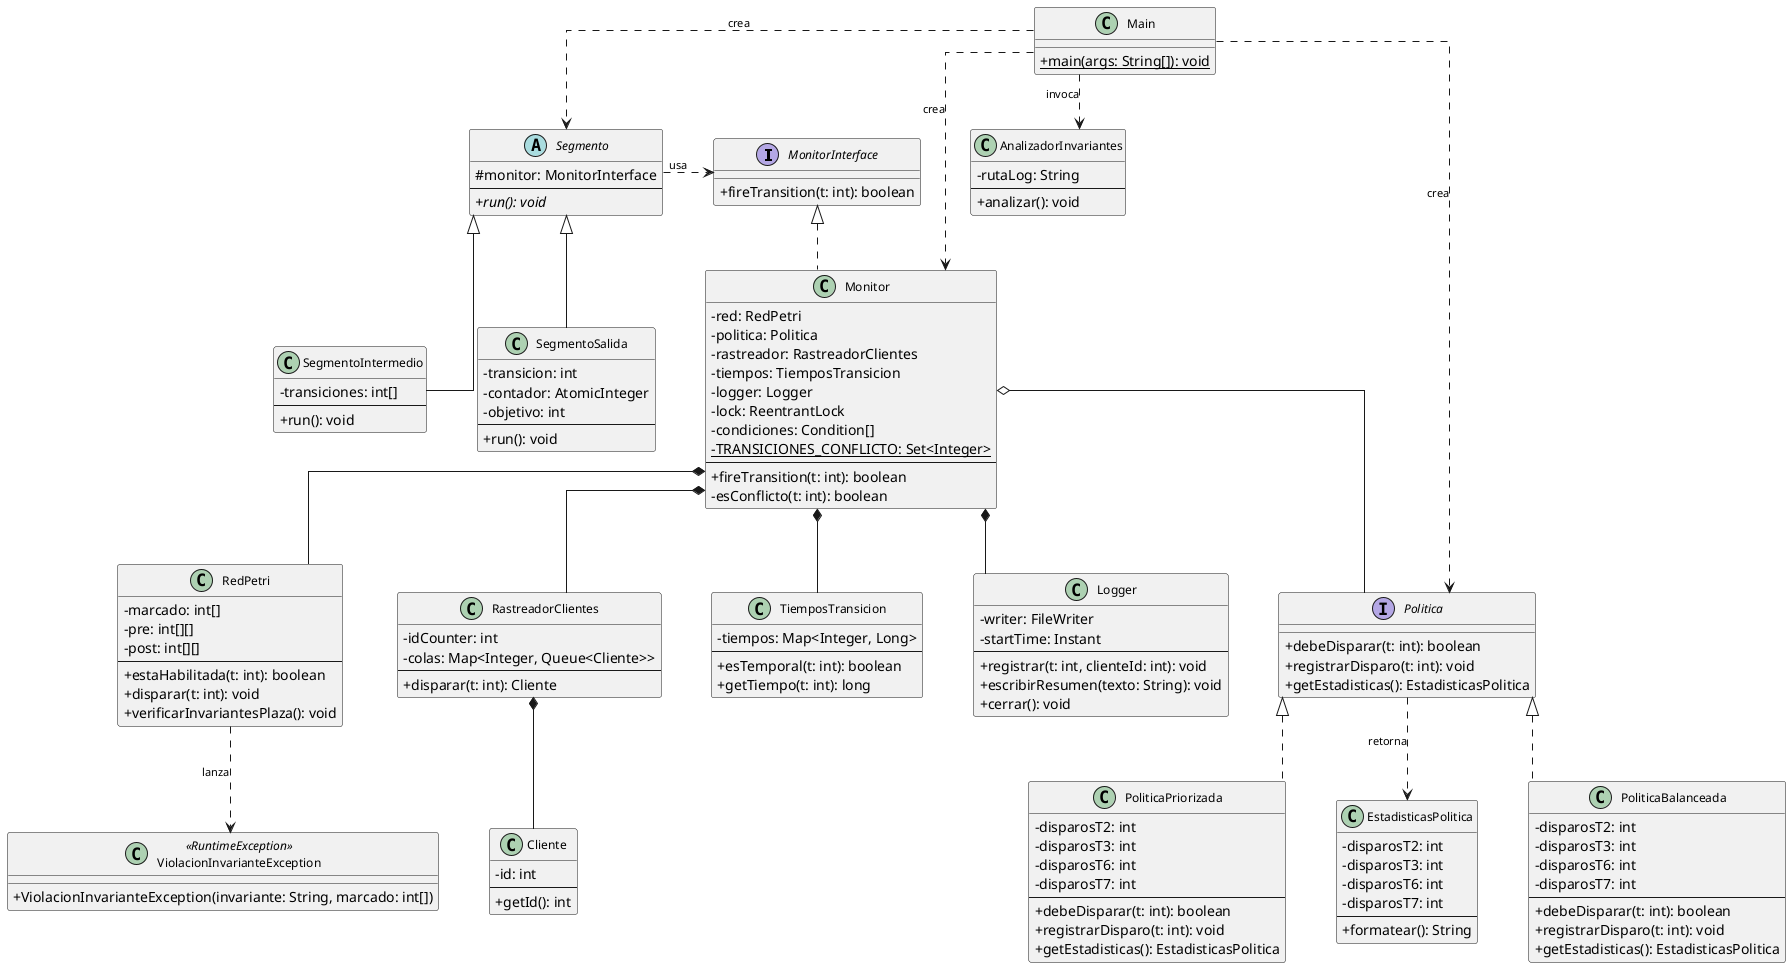
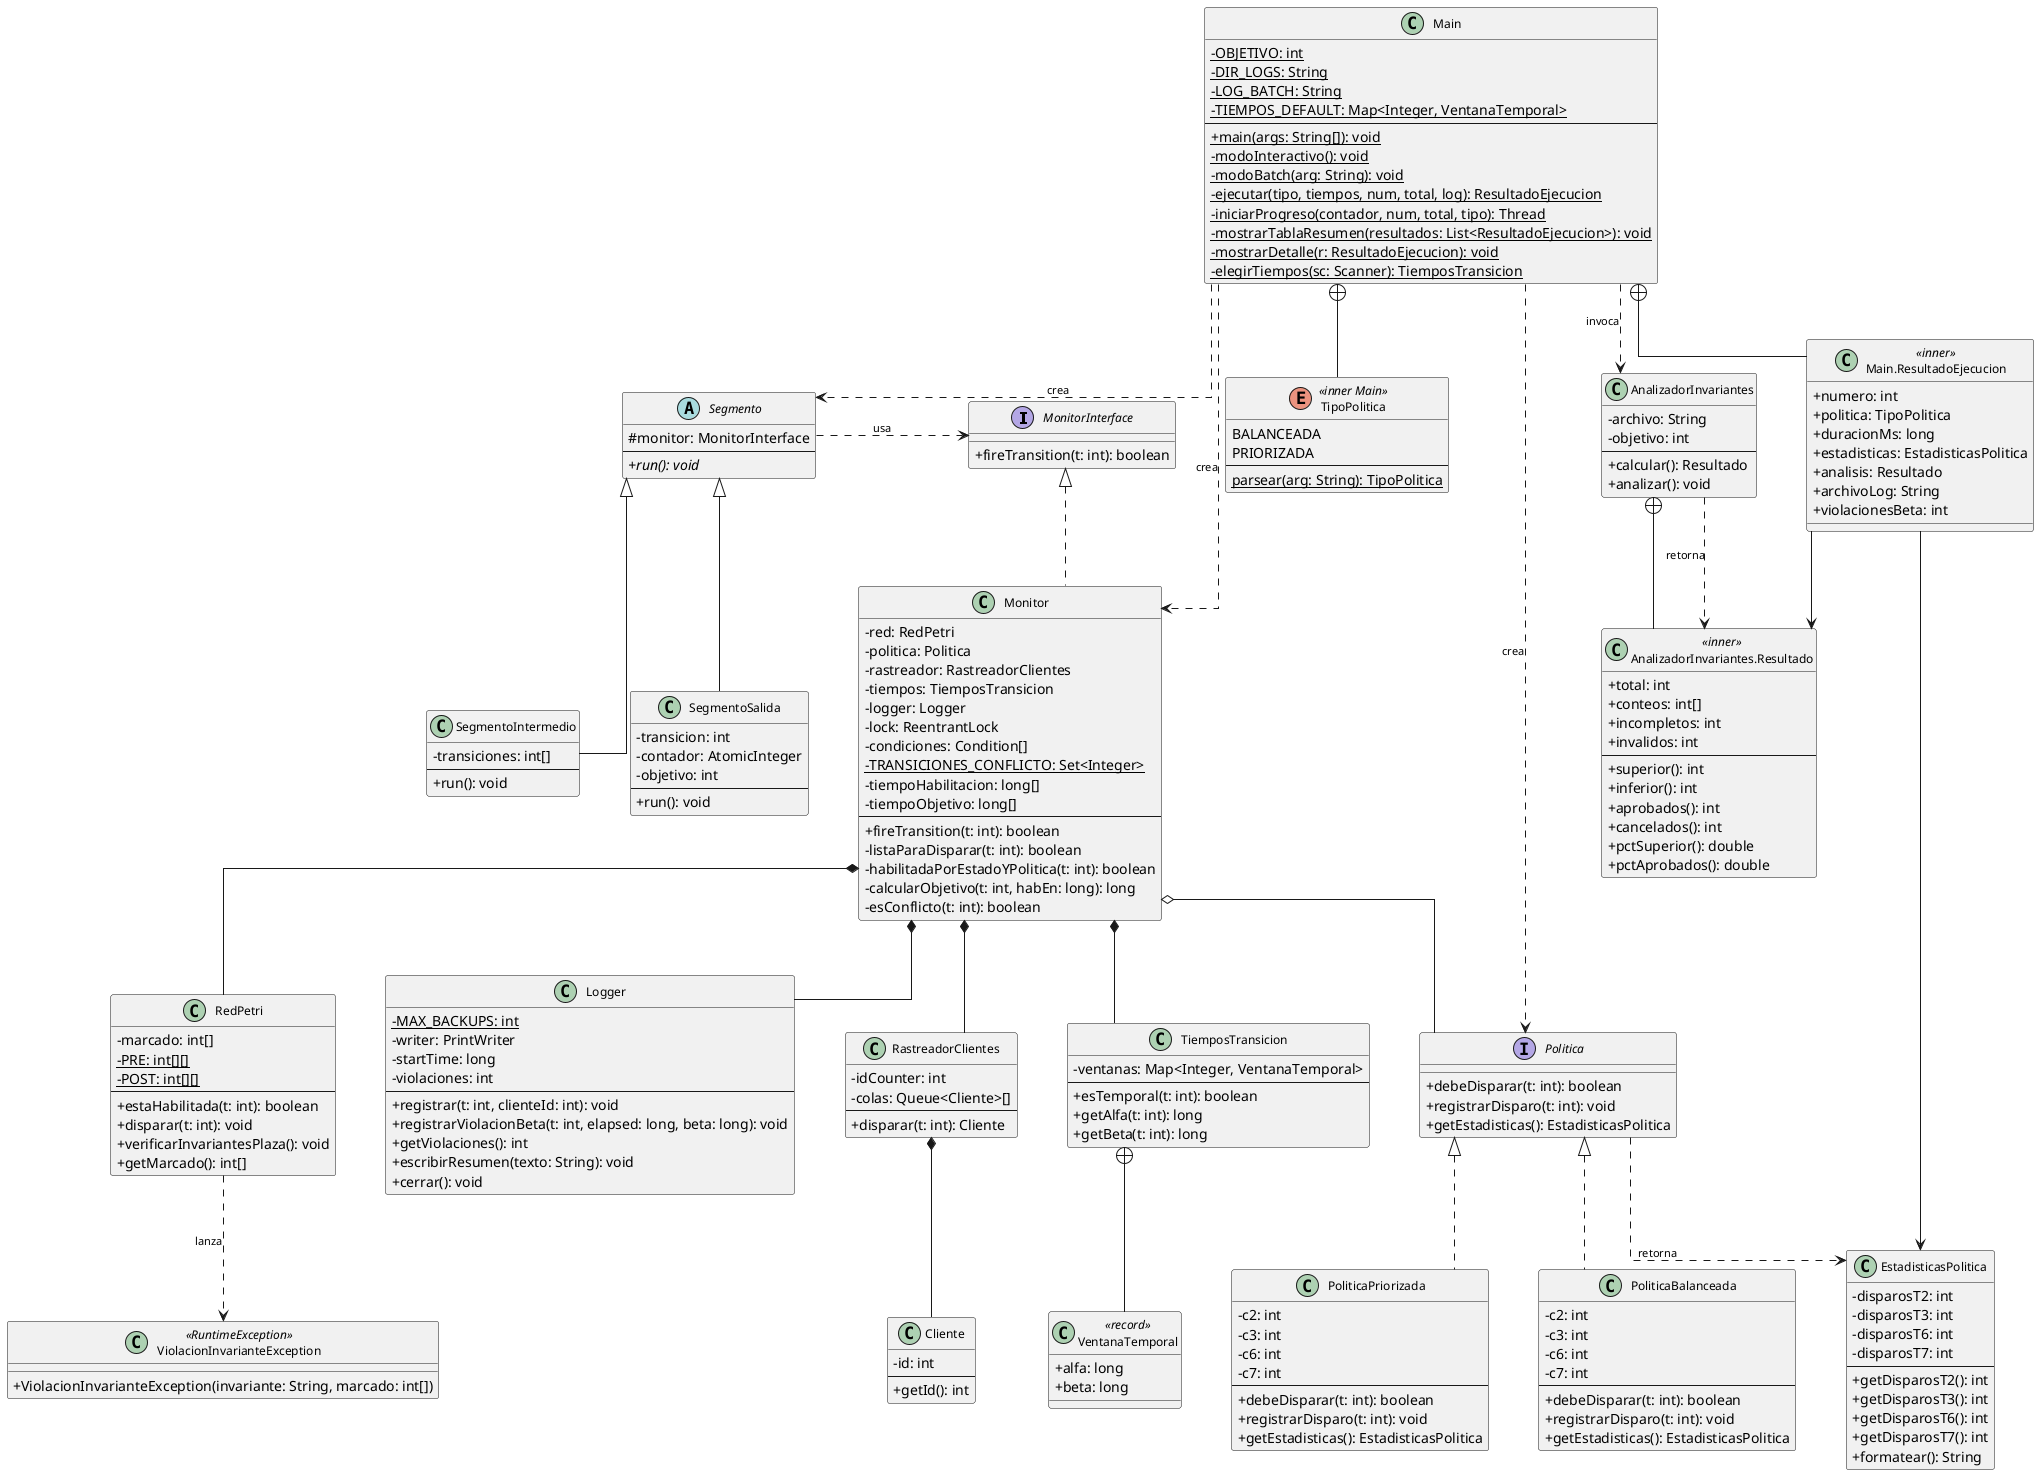
@startuml diagrama-clases

skinparam classAttributeIconSize 0
skinparam classFontSize 12
skinparam ArrowFontSize 11
skinparam linetype ortho
skinparam nodesep 50
skinparam ranksep 55

' ── Interfaces ──────────────────────────────────────────

interface MonitorInterface {
    +fireTransition(t: int): boolean
}

interface Politica {
    +debeDisparar(t: int): boolean
    +registrarDisparo(t: int): void
    +getEstadisticas(): EstadisticasPolitica
}

' ── Modelo de la red ────────────────────────────────────

class RedPetri {
    -marcado: int[]
-     -pre: int[][]
-     -post: int[][]
+     -{static} PRE: int[][]
+     -{static} POST: int[][]
    --
    +estaHabilitada(t: int): boolean
    +disparar(t: int): void
    +verificarInvariantesPlaza(): void
+     +getMarcado(): int[]
}

class ViolacionInvarianteException <<RuntimeException>> {
    +ViolacionInvarianteException(invariante: String, marcado: int[])
}

' ── Identidad de tokens ─────────────────────────────────

class Cliente {
    -id: int
    --
    +getId(): int
}

class RastreadorClientes {
    -idCounter: int
-     -colas: Map<Integer, Queue<Cliente>>
+     -colas: Queue<Cliente>[]
    --
    +disparar(t: int): Cliente
}

' ── Configuración temporal ──────────────────────────────

+ class VentanaTemporal <<record>> {
+     +alfa: long
+     +beta: long
+ }
+ 
class TiemposTransicion {
-     -tiempos: Map<Integer, Long>
+     -ventanas: Map<Integer, VentanaTemporal>
    --
    +esTemporal(t: int): boolean
-     +getTiempo(t: int): long
- }
+     +getAlfa(t: int): long
+     +getBeta(t: int): long
+ }
+ 
+ TiemposTransicion +-- VentanaTemporal

' ── Estadísticas de política ────────────────────────────

class EstadisticasPolitica {
    -disparosT2: int
    -disparosT3: int
    -disparosT6: int
    -disparosT7: int
    --
+     +getDisparosT2(): int
+     +getDisparosT3(): int
+     +getDisparosT6(): int
+     +getDisparosT7(): int
    +formatear(): String
}

' ── Monitor ─────────────────────────────────────────────

class Monitor {
    -red: RedPetri
    -politica: Politica
    -rastreador: RastreadorClientes
    -tiempos: TiemposTransicion
    -logger: Logger
    -lock: ReentrantLock
    -condiciones: Condition[]
    -{static} TRANSICIONES_CONFLICTO: Set<Integer>
+     -tiempoHabilitacion: long[]
+     -tiempoObjetivo: long[]
    --
    +fireTransition(t: int): boolean
+     -listaParaDisparar(t: int): boolean
+     -habilitadaPorEstadoYPolitica(t: int): boolean
+     -calcularObjetivo(t: int, habEn: long): long
    -esConflicto(t: int): boolean
}

' ── Políticas ───────────────────────────────────────────

class PoliticaBalanceada {
-     -disparosT2: int
-     -disparosT3: int
-     -disparosT6: int
-     -disparosT7: int
+     -c2: int
+     -c3: int
+     -c6: int
+     -c7: int
    --
    +debeDisparar(t: int): boolean
    +registrarDisparo(t: int): void
    +getEstadisticas(): EstadisticasPolitica
}

class PoliticaPriorizada {
-     -disparosT2: int
-     -disparosT3: int
-     -disparosT6: int
-     -disparosT7: int
+     -c2: int
+     -c3: int
+     -c6: int
+     -c7: int
    --
    +debeDisparar(t: int): boolean
    +registrarDisparo(t: int): void
    +getEstadisticas(): EstadisticasPolitica
}

' ── Hilos ───────────────────────────────────────────────

abstract class Segmento {
    #monitor: MonitorInterface
    --
    +{abstract} run(): void
}

class SegmentoIntermedio {
    -transiciones: int[]
    --
    +run(): void
}

class SegmentoSalida {
    -transicion: int
    -contador: AtomicInteger
    -objetivo: int
    --
    +run(): void
+     ' Instanciado con 1 hilo (H6). Alg. 4.3 prescribe 5 pero T11 es inmediata:
+     ' múltiples hilos se serializan igual que 1. Ver preguntas-respuestas.md §4.
}

' ── Observabilidad ──────────────────────────────────────

class Logger {
-     -writer: FileWriter
-     -startTime: Instant
+     -{static} MAX_BACKUPS: int
+     -writer: PrintWriter
+     -startTime: long
+     -violaciones: int
    --
    +registrar(t: int, clienteId: int): void
+     +registrarViolacionBeta(t: int, elapsed: long, beta: long): void
+     +getViolaciones(): int
    +escribirResumen(texto: String): void
    +cerrar(): void
}

class AnalizadorInvariantes {
-     -rutaLog: String
-     --
+     -archivo: String
+     -objetivo: int
+     --
+     +calcular(): Resultado
    +analizar(): void
}

+ class "AnalizadorInvariantes.Resultado" as Resultado <<inner>> {
+     +total: int
+     +conteos: int[]
+     +incompletos: int
+     +invalidos: int
+     --
+     +superior(): int
+     +inferior(): int
+     +aprobados(): int
+     +cancelados(): int
+     +pctSuperior(): double
+     +pctAprobados(): double
+ }
+ 
' ── Punto de entrada ────────────────────────────────────

+ enum TipoPolitica <<inner Main>> {
+     BALANCEADA
+     PRIORIZADA
+     --
+     {static} parsear(arg: String): TipoPolitica
+ }
+ 
+ class "Main.ResultadoEjecucion" as ResultadoEjecucion <<inner>> {
+     +numero: int
+     +politica: TipoPolitica
+     +duracionMs: long
+     +estadisticas: EstadisticasPolitica
+     +analisis: Resultado
+     +archivoLog: String
+     +violacionesBeta: int
+ }
+ 
class Main {
+     -{static} OBJETIVO: int
+     -{static} DIR_LOGS: String
+     -{static} LOG_BATCH: String
+     -{static} TIEMPOS_DEFAULT: Map<Integer, VentanaTemporal>
+     --
    +{static} main(args: String[]): void
+     -{static} modoInteractivo(): void
+     -{static} modoBatch(arg: String): void
+     -{static} ejecutar(tipo, tiempos, num, total, log): ResultadoEjecucion
+     -{static} iniciarProgreso(contador, num, total, tipo): Thread
+     -{static} mostrarTablaResumen(resultados: List<ResultadoEjecucion>): void
+     -{static} mostrarDetalle(r: ResultadoEjecucion): void
+     -{static} elegirTiempos(sc: Scanner): TiemposTransicion
}

' ── Relaciones ──────────────────────────────────────────

MonitorInterface <|..  Monitor
Politica         <|..  PoliticaBalanceada
Politica         <|..  PoliticaPriorizada
Segmento         <|--  SegmentoIntermedio
Segmento         <|--  SegmentoSalida

Monitor *-- RedPetri
Monitor *-- RastreadorClientes
Monitor *-- TiemposTransicion
Monitor *-- Logger
Monitor o-- Politica

RedPetri ..> ViolacionInvarianteException : "lanza"

RastreadorClientes *-- Cliente

Politica ..> EstadisticasPolitica : "retorna"

Segmento .> MonitorInterface : "usa"

- Main ..> Monitor             : "crea"
- Main ..> Segmento            : "crea"
- Main ..> Politica            : "crea"
+ AnalizadorInvariantes +-- Resultado
+ AnalizadorInvariantes ..> Resultado : "retorna"
+ 
+ Main +-- TipoPolitica
+ Main +-- ResultadoEjecucion
+ ResultadoEjecucion --> EstadisticasPolitica
+ ResultadoEjecucion --> Resultado
+ 
+ Main ..> Monitor              : "crea"
+ Main ..> Segmento             : "crea"
+ Main ..> Politica             : "crea"
Main ..> AnalizadorInvariantes : "invoca"

@enduml
